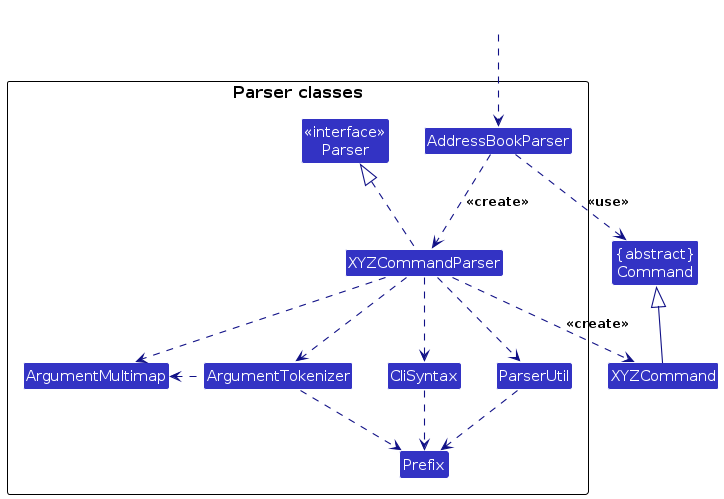
AY2627S1-CS2103T-T15-1/tp keeps this PlantUML diagram as diagrams/ParserClasses.png. Above is the earlier version. Its source is kept beside it as diagrams/ParserClasses.puml. Source of this version:
```plantuml
@startuml
!include style.puml
skinparam arrowThickness 1.1
skinparam arrowColor LOGIC_COLOR_T4
skinparam classBackgroundColor LOGIC_COLOR

Class "{abstract}\nCommand" as Command
Class XYZCommand

package "Parser classes"{
Class "<<interface>>\nParser" as Parser
Class AddressBookParser
Class XYZCommandParser
Class CliSyntax
Class ParserUtil
Class ArgumentMultimap
Class ArgumentTokenizer
Class Prefix
}

Class HiddenOutside #FFFFFF
HiddenOutside ..> AddressBookParser

AddressBookParser .down.> XYZCommandParser: <<create>>

XYZCommandParser ..> XYZCommand : <<create>>
AddressBookParser ..> Command : <<use>>
XYZCommandParser .up.|> Parser
XYZCommandParser ..> ArgumentMultimap
XYZCommandParser ..> ArgumentTokenizer
ArgumentTokenizer .left.> ArgumentMultimap
XYZCommandParser ..> CliSyntax
CliSyntax ..> Prefix
XYZCommandParser ..> ParserUtil
ParserUtil .down.> Prefix
ArgumentTokenizer .down.> Prefix
XYZCommand -up-|> Command
@enduml
```
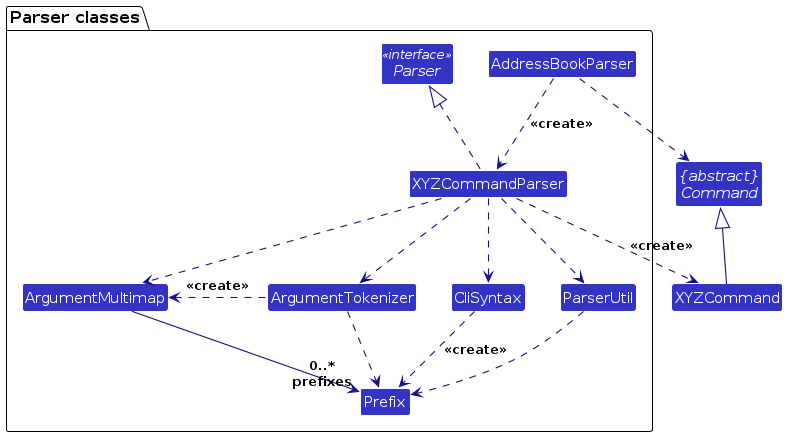
Later version of the same file.

The edit, as a diff of the source:
```diff
@@ -3,12 +3,13 @@
 skinparam arrowThickness 1.1
 skinparam arrowColor LOGIC_COLOR_T4
 skinparam classBackgroundColor LOGIC_COLOR
+skinparam packageStyle Folder
 
-Class "{abstract}\nCommand" as Command
+abstract class "{abstract}\nCommand" as Command
 Class XYZCommand
 
 package "Parser classes"{
-Class "<<interface>>\nParser" as Parser
+interface Parser <<interface>>
 Class AddressBookParser
 Class XYZCommandParser
 Class CliSyntax
@@ -18,19 +19,17 @@
 Class Prefix
 }
 
-Class HiddenOutside #FFFFFF
-HiddenOutside ..> AddressBookParser
-
 AddressBookParser .down.> XYZCommandParser: <<create>>
 
 XYZCommandParser ..> XYZCommand : <<create>>
-AddressBookParser ..> Command : <<use>>
+AddressBookParser ..> Command
 XYZCommandParser .up.|> Parser
 XYZCommandParser ..> ArgumentMultimap
 XYZCommandParser ..> ArgumentTokenizer
-ArgumentTokenizer .left.> ArgumentMultimap
+ArgumentTokenizer .left.> ArgumentMultimap : <<create>>
+ArgumentMultimap --> "0..*\nprefixes" Prefix
 XYZCommandParser ..> CliSyntax
-CliSyntax ..> Prefix
+CliSyntax ..> Prefix : <<create>>
 XYZCommandParser ..> ParserUtil
 ParserUtil .down.> Prefix
 ArgumentTokenizer .down.> Prefix
```
